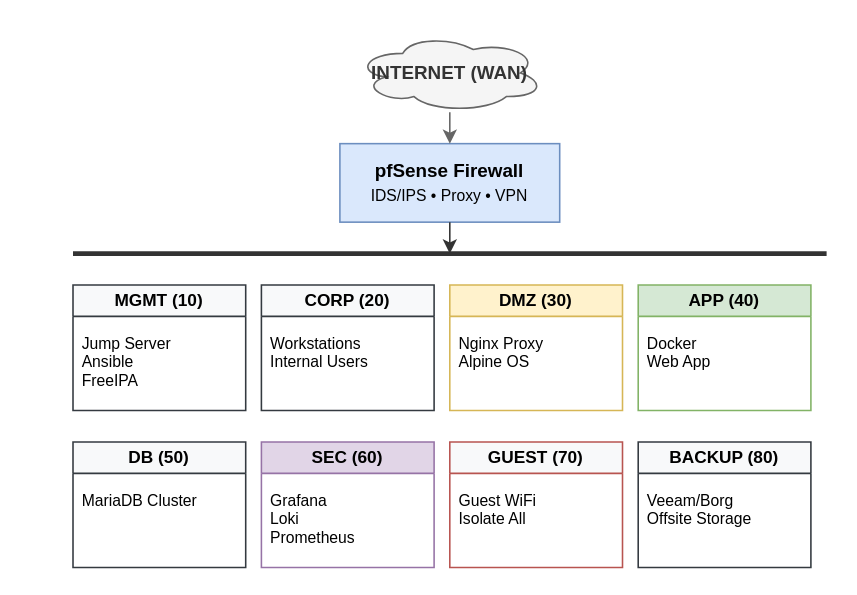
This is Diagrams/Network_Topology.drawio from enveronderuslu/Zero_Trust_Data_Center, a draw.io file, before an edit. Source tidied: cells renumbered, new cells numbered last; positions are measured from the earlier drawing's top-left corner, leaving out a move shared by most shapes. Both pictures are drawn from the tidied source at 157%, with x=0, y=0 at pixel (72, 33).
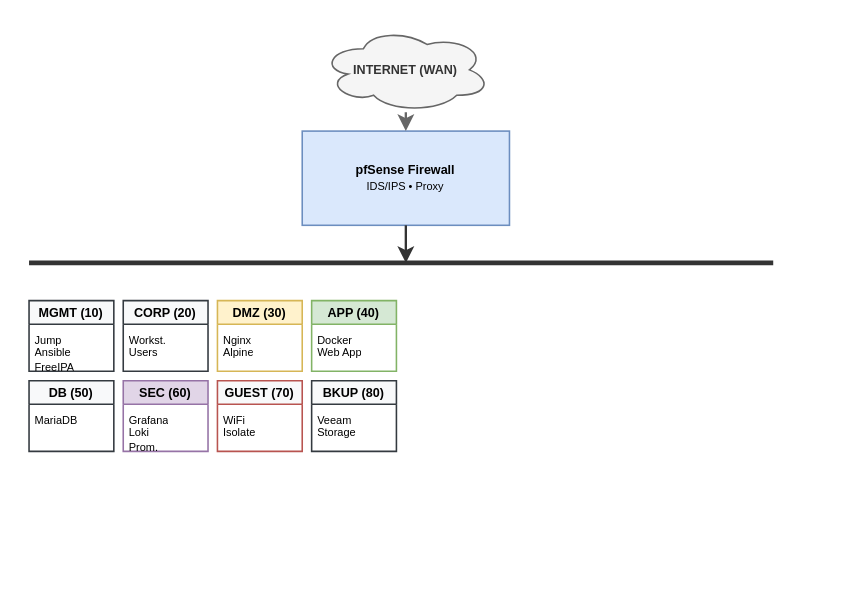
Above is the later version.

The edit, as a diff of the source:
```diff
@@
-    <mxCell id="2" value="&lt;b&gt;INTERNET (WAN)&lt;/b&gt;" style="ellipse;shape=cloud;whiteSpace=wrap;html=1;fillColor=#f5f5f5;strokeColor=#666666;fontColor=#333333;" parent="1" vertex="1">
-      <mxGeometry x="180" width="120" height="50" as="geometry" />
+    <mxCell id="2" value="&lt;b&gt;INTERNET (WAN)&lt;/b&gt;" style="ellipse;shape=cloud;whiteSpace=wrap;html=1;fillColor=#f5f5f5;strokeColor=#666666;fontColor=#333333;fontSize=8;" parent="1" vertex="1">
+      <mxGeometry x="158" y="-4" width="108" height="54" as="geometry" />
     </mxCell>
-    <mxCell id="3" value="&lt;b&gt;pfSense Firewall&lt;/b&gt;&lt;br&gt;&lt;font style=&quot;font-size: 10px&quot;&gt;IDS/IPS • Proxy • VPN&lt;/font&gt;" style="rounded=0;whiteSpace=wrap;html=1;fillColor=#dae8fc;strokeColor=#6c8ebf;fontColor=#000000;align=center;" parent="1" vertex="1">
-      <mxGeometry x="170" y="70" width="140" height="50" as="geometry" />
+    <mxCell id="3" value="&lt;b&gt;pfSense Firewall&lt;/b&gt;&lt;br&gt;&lt;font style=&quot;font-size: 7px&quot;&gt;IDS/IPS • Proxy&lt;/font&gt;" style="rounded=0;whiteSpace=wrap;html=1;fillColor=#dae8fc;strokeColor=#6c8ebf;fontColor=#000000;align=center;fontSize=8;" parent="1" vertex="1">
+      <mxGeometry x="146" y="62" width="132" height="60" as="geometry" />
     </mxCell>
     <mxCell id="4" style="endArrow=none;html=1;strokeWidth=3;strokeColor=#333333;" parent="1" edge="1">
       <mxGeometry relative="1" as="geometry">
-        <mxPoint y="140" as="sourcePoint" />
-        <mxPoint x="480" y="140" as="targetPoint" />
+        <mxPoint x="-28" y="146" as="sourcePoint" />
+        <mxPoint x="446" y="146" as="targetPoint" />
       </mxGeometry>
     </mxCell>
-    <mxCell id="5" style="strokeColor=#666666;noEdgeStyle=1;" parent="1" edge="1" source="2" target="3">
+    <mxCell id="5" style="strokeColor=#666666;strokeWidth=1.5;noEdgeStyle=1;" parent="1" edge="1" source="2" target="3">
       <mxGeometry relative="1" as="geometry" />
     </mxCell>
-    <mxCell id="6" style="strokeColor=#333333;noEdgeStyle=1;" parent="1" edge="1" source="3">
+    <mxCell id="6" style="strokeColor=#333333;strokeWidth=1.5;noEdgeStyle=1;" parent="1" edge="1" source="3">
       <mxGeometry relative="1" as="geometry">
-        <mxPoint x="240" y="140" as="targetPoint" />
+        <mxPoint x="212" y="146" as="targetPoint" />
       </mxGeometry>
     </mxCell>
-    <mxCell id="7" value="&lt;b&gt;MGMT (10)&lt;/b&gt;" style="swimlane;whiteSpace=wrap;html=1;fillColor=#f8f9fa;strokeColor=#343a40;startSize=20;fontSize=11;" parent="1" vertex="1">
-      <mxGeometry y="160" width="110" height="80" as="geometry" />
+    <mxCell id="7" value="&lt;b&gt;MGMT (10)&lt;/b&gt;" style="swimlane;whiteSpace=wrap;html=1;fillColor=#f8f9fa;strokeColor=#343a40;startSize=15;fontSize=8;" parent="1" vertex="1">
+      <mxGeometry x="-28" y="170" width="54" height="45" as="geometry" />
     </mxCell>
-    <mxCell id="8" value="Jump Server&#10;Ansible&#10;FreeIPA" style="text;html=1;align=left;fontSize=10;spacingLeft=4;" parent="7" vertex="1">
-      <mxGeometry y="25" width="110" height="55" as="geometry" />
+    <mxCell id="8" value="Jump&#10;Ansible&#10;FreeIPA" style="text;html=1;align=left;fontSize=7;spacingLeft=2;spacingTop=0;spacingBottom=0;overflow=hidden;" parent="7" vertex="1">
+      <mxGeometry y="15" width="54" height="30" as="geometry" />
     </mxCell>
-    <mxCell id="9" value="&lt;b&gt;CORP (20)&lt;/b&gt;" style="swimlane;whiteSpace=wrap;html=1;fillColor=#f8f9fa;strokeColor=#343a40;startSize=20;fontSize=11;" parent="1" vertex="1">
-      <mxGeometry x="120" y="160" width="110" height="80" as="geometry" />
+    <mxCell id="9" value="&lt;b&gt;CORP (20)&lt;/b&gt;" style="swimlane;whiteSpace=wrap;html=1;fillColor=#f8f9fa;strokeColor=#343a40;startSize=15;fontSize=8;" parent="1" vertex="1">
+      <mxGeometry x="32" y="170" width="54" height="45" as="geometry" />
     </mxCell>
-    <mxCell id="10" value="Workstations&#10;Internal Users" style="text;html=1;align=left;fontSize=10;spacingLeft=4;" parent="9" vertex="1">
-      <mxGeometry y="25" width="110" height="55" as="geometry" />
+    <mxCell id="10" value="Workst.&#10;Users" style="text;html=1;align=left;fontSize=7;spacingLeft=2;overflow=hidden;" parent="9" vertex="1">
+      <mxGeometry y="15" width="54" height="30" as="geometry" />
     </mxCell>
-    <mxCell id="11" value="&lt;b&gt;DMZ (30)&lt;/b&gt;" style="swimlane;whiteSpace=wrap;html=1;fillColor=#fff2cc;strokeColor=#d6b656;startSize=20;fontSize=11;" parent="1" vertex="1">
-      <mxGeometry x="240" y="160" width="110" height="80" as="geometry" />
+    <mxCell id="11" value="&lt;b&gt;DMZ (30)&lt;/b&gt;" style="swimlane;whiteSpace=wrap;html=1;fillColor=#fff2cc;strokeColor=#d6b656;startSize=15;fontSize=8;" parent="1" vertex="1">
+      <mxGeometry x="92" y="170" width="54" height="45" as="geometry" />
     </mxCell>
-    <mxCell id="12" value="Nginx Proxy&#10;Alpine OS" style="text;html=1;align=left;fontSize=10;spacingLeft=4;" parent="11" vertex="1">
-      <mxGeometry y="25" width="110" height="55" as="geometry" />
+    <mxCell id="12" value="Nginx&#10;Alpine" style="text;html=1;align=left;fontSize=7;spacingLeft=2;overflow=hidden;" parent="11" vertex="1">
+      <mxGeometry y="15" width="54" height="30" as="geometry" />
     </mxCell>
-    <mxCell id="13" value="&lt;b&gt;APP (40)&lt;/b&gt;" style="swimlane;whiteSpace=wrap;html=1;fillColor=#d5e8d4;strokeColor=#82b366;startSize=20;fontSize=11;" parent="1" vertex="1">
-      <mxGeometry x="360" y="160" width="110" height="80" as="geometry" />
+    <mxCell id="13" value="&lt;b&gt;APP (40)&lt;/b&gt;" style="swimlane;whiteSpace=wrap;html=1;fillColor=#d5e8d4;strokeColor=#82b366;startSize=15;fontSize=8;" parent="1" vertex="1">
+      <mxGeometry x="152" y="170" width="54" height="45" as="geometry" />
     </mxCell>
-    <mxCell id="14" value="Docker&#10;Web App" style="text;html=1;align=left;fontSize=10;spacingLeft=4;" parent="13" vertex="1">
-      <mxGeometry y="25" width="110" height="55" as="geometry" />
+    <mxCell id="14" value="Docker&#10;Web App" style="text;html=1;align=left;fontSize=7;spacingLeft=2;overflow=hidden;" parent="13" vertex="1">
+      <mxGeometry y="15" width="54" height="30" as="geometry" />
     </mxCell>
-    <mxCell id="15" value="&lt;b&gt;DB (50)&lt;/b&gt;" style="swimlane;whiteSpace=wrap;html=1;fillColor=#f8f9fa;strokeColor=#343a40;startSize=20;fontSize=11;" parent="1" vertex="1">
-      <mxGeometry y="260" width="110" height="80" as="geometry" />
+    <mxCell id="15" value="&lt;b&gt;DB (50)&lt;/b&gt;" style="swimlane;whiteSpace=wrap;html=1;fillColor=#f8f9fa;strokeColor=#343a40;startSize=15;fontSize=8;" parent="1" vertex="1">
+      <mxGeometry x="-28" y="221" width="54" height="45" as="geometry" />
     </mxCell>
-    <mxCell id="16" value="MariaDB Cluster" style="text;html=1;align=left;fontSize=10;spacingLeft=4;" parent="15" vertex="1">
-      <mxGeometry y="25" width="110" height="55" as="geometry" />
+    <mxCell id="16" value="MariaDB" style="text;html=1;align=left;fontSize=7;spacingLeft=2;overflow=hidden;" parent="15" vertex="1">
+      <mxGeometry y="15" width="54" height="30" as="geometry" />
     </mxCell>
-    <mxCell id="17" value="&lt;b&gt;SEC (60)&lt;/b&gt;" style="swimlane;whiteSpace=wrap;html=1;fillColor=#e1d5e7;strokeColor=#9673a6;startSize=20;fontSize=11;" parent="1" vertex="1">
-      <mxGeometry x="120" y="260" width="110" height="80" as="geometry" />
+    <mxCell id="17" value="&lt;b&gt;SEC (60)&lt;/b&gt;" style="swimlane;whiteSpace=wrap;html=1;fillColor=#e1d5e7;strokeColor=#9673a6;startSize=15;fontSize=8;" parent="1" vertex="1">
+      <mxGeometry x="32" y="221" width="54" height="45" as="geometry" />
     </mxCell>
-    <mxCell id="18" value="Grafana&#10;Loki&#10;Prometheus" style="text;html=1;align=left;fontSize=10;spacingLeft=4;" parent="17" vertex="1">
-      <mxGeometry y="25" width="110" height="55" as="geometry" />
+    <mxCell id="18" value="Grafana&#10;Loki&#10;Prom." style="text;html=1;align=left;fontSize=7;spacingLeft=2;overflow=hidden;" parent="17" vertex="1">
+      <mxGeometry y="15" width="54" height="30" as="geometry" />
     </mxCell>
-    <mxCell id="19" value="&lt;b&gt;GUEST (70)&lt;/b&gt;" style="swimlane;whiteSpace=wrap;html=1;fillColor=#f8f9fa;strokeColor=#b85450;startSize=20;fontSize=11;" parent="1" vertex="1">
-      <mxGeometry x="240" y="260" width="110" height="80" as="geometry" />
+    <mxCell id="19" value="&lt;b&gt;GUEST (70)&lt;/b&gt;" style="swimlane;whiteSpace=wrap;html=1;fillColor=#f8f9fa;strokeColor=#b85450;startSize=15;fontSize=8;" parent="1" vertex="1">
+      <mxGeometry x="92" y="221" width="54" height="45" as="geometry" />
     </mxCell>
-    <mxCell id="20" value="Guest WiFi&#10;Isolate All" style="text;html=1;align=left;fontSize=10;spacingLeft=4;" parent="19" vertex="1">
-      <mxGeometry y="25" width="110" height="55" as="geometry" />
+    <mxCell id="20" value="WiFi&#10;Isolate" style="text;html=1;align=left;fontSize=7;spacingLeft=2;overflow=hidden;" parent="19" vertex="1">
+      <mxGeometry y="15" width="54" height="30" as="geometry" />
     </mxCell>
-    <mxCell id="21" value="&lt;b&gt;BACKUP (80)&lt;/b&gt;" style="swimlane;whiteSpace=wrap;html=1;fillColor=#f8f9fa;strokeColor=#343a40;startSize=20;fontSize=11;" parent="1" vertex="1">
-      <mxGeometry x="360" y="260" width="110" height="80" as="geometry" />
+    <mxCell id="21" value="&lt;b&gt;BKUP (80)&lt;/b&gt;" style="swimlane;whiteSpace=wrap;html=1;fillColor=#f8f9fa;strokeColor=#343a40;startSize=15;fontSize=8;" parent="1" vertex="1">
+      <mxGeometry x="152" y="221" width="54" height="45" as="geometry" />
     </mxCell>
-    <mxCell id="22" value="Veeam/Borg&#10;Offsite Storage" style="text;html=1;align=left;fontSize=10;spacingLeft=4;" parent="21" vertex="1">
-      <mxGeometry y="25" width="110" height="55" as="geometry" />
+    <mxCell id="22" value="Veeam&#10;Storage" style="text;html=1;align=left;fontSize=7;spacingLeft=2;overflow=hidden;" parent="21" vertex="1">
+      <mxGeometry y="15" width="54" height="30" as="geometry" />
     </mxCell>
```
